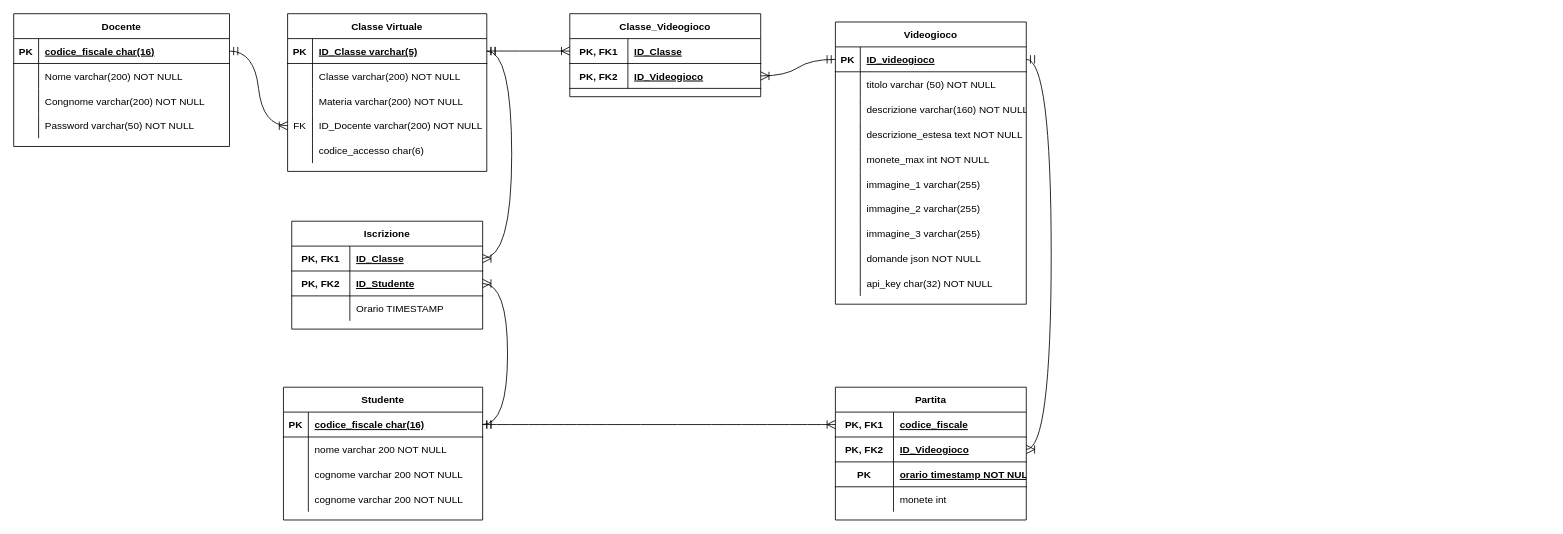
Smatjoy/Seconda-prova-Info-2023 keeps this draw.io diagram as Logico.drawio. Above is the earlier version. Source tidied: cells renumbered, new cells numbered last; positions are measured from the earlier drawing's top-left corner, leaving out a move shared by most shapes. Both pictures are drawn from the tidied source at 83%, with x=0, y=0 at pixel (13, 13).
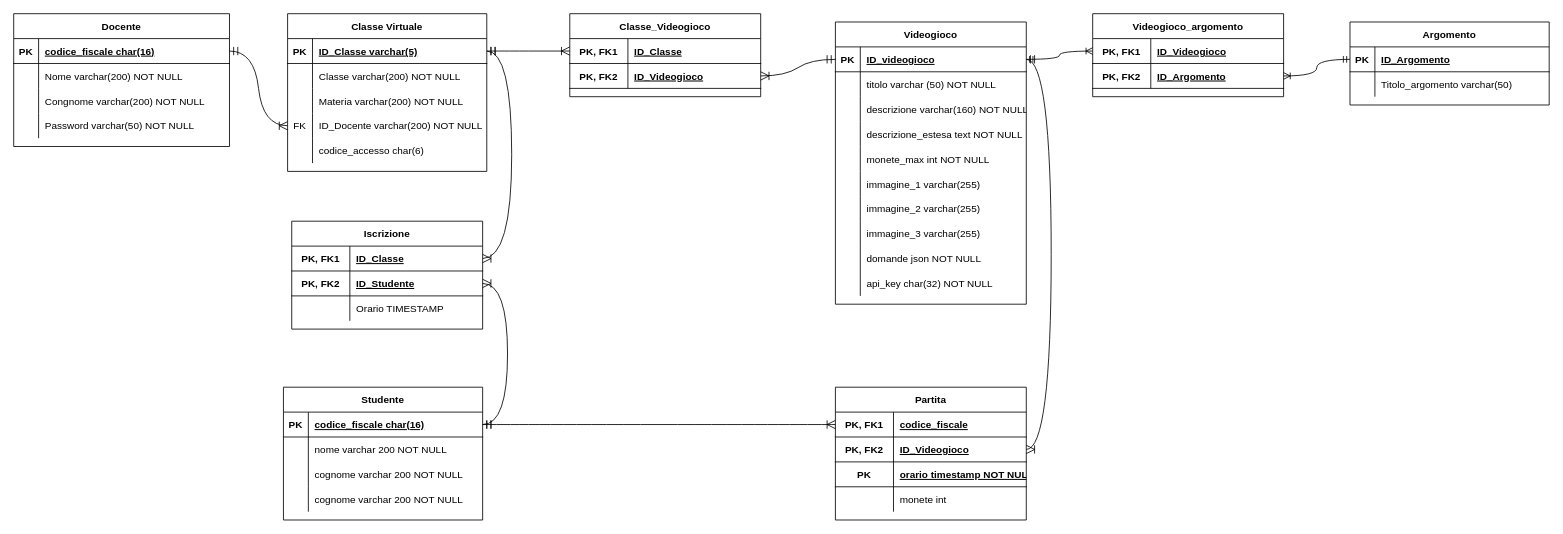
After the change.

Commit message (it also covers changes not shown here):
Added argomenti association to videogioco

Unchanged cells that the change refers to:
```xml
<mxCell id="33" style="shape=partialRectangle;fillColor=none;points=[[0,0.5],[1,0.5]];portConstraint=eastwest;top=0;left=0;right=0;bottom=1;" parent="32" vertex="1">
  <mxGeometry y="30" width="230" height="30" as="geometry" />
</mxCell>
```

Diff of the diagram source:
```diff
@@
+    <mxCell id="113" value="Videogioco_argomento" style="shape=table;startSize=30;childLayout=tableLayout;rowLines=0;fontStyle=1;align=center;" parent="1" vertex="1">
+      <mxGeometry x="1300" width="230" height="100" as="geometry" />
+    </mxCell>
+    <mxCell id="114" style="shape=partialRectangle;fillColor=none;points=[[0,0.5],[1,0.5]];portConstraint=eastwest;top=0;left=0;right=0;bottom=1;" parent="113" vertex="1">
+      <mxGeometry y="30" width="230" height="30" as="geometry" />
+    </mxCell>
+    <mxCell id="115" value="PK, FK1" style="shape=partialRectangle;overflow=hidden;fillColor=none;top=0;left=0;bottom=0;right=0;fontStyle=1;" parent="114" vertex="1">
+      <mxGeometry width="70" height="30" as="geometry" />
+    </mxCell>
+    <mxCell id="116" value="ID_Videogioco" style="shape=partialRectangle;overflow=hidden;fillColor=none;top=0;left=0;bottom=0;right=0;align=left;spacingLeft=6;fontStyle=5;" parent="114" vertex="1">
+      <mxGeometry x="70" width="160" height="30" as="geometry" />
+    </mxCell>
+    <mxCell id="117" style="shape=partialRectangle;fillColor=none;points=[[0,0.5],[1,0.5]];portConstraint=eastwest;top=0;left=0;right=0;bottom=1;" parent="113" vertex="1">
+      <mxGeometry y="60" width="230" height="30" as="geometry" />
+    </mxCell>
+    <mxCell id="118" value="PK, FK2" style="shape=partialRectangle;overflow=hidden;fillColor=none;top=0;left=0;bottom=0;right=0;fontStyle=1;" parent="117" vertex="1">
+      <mxGeometry width="70" height="30" as="geometry" />
+    </mxCell>
+    <mxCell id="119" value="ID_Argomento" style="shape=partialRectangle;overflow=hidden;fillColor=none;top=0;left=0;bottom=0;right=0;align=left;spacingLeft=6;fontStyle=5;" parent="117" vertex="1">
+      <mxGeometry x="70" width="160" height="30" as="geometry" />
+    </mxCell>
+    <mxCell id="120" value="Argomento" style="shape=table;startSize=30;childLayout=tableLayout;rowLines=0;fontStyle=1;align=center;" parent="1" vertex="1">
+      <mxGeometry x="1610" y="10" width="240" height="100" as="geometry" />
+    </mxCell>
+    <mxCell id="121" style="shape=partialRectangle;fillColor=none;points=[[0,0.5],[1,0.5]];portConstraint=eastwest;top=0;left=0;right=0;bottom=1;" parent="120" vertex="1">
+      <mxGeometry y="30" width="240" height="30" as="geometry" />
+    </mxCell>
+    <mxCell id="122" value="PK" style="shape=partialRectangle;overflow=hidden;fillColor=none;top=0;left=0;bottom=0;right=0;fontStyle=1;" parent="121" vertex="1">
+      <mxGeometry width="30" height="30" as="geometry" />
+    </mxCell>
+    <mxCell id="123" value="ID_Argomento" style="shape=partialRectangle;overflow=hidden;fillColor=none;top=0;left=0;bottom=0;right=0;align=left;spacingLeft=6;fontStyle=5;" parent="121" vertex="1">
+      <mxGeometry x="30" width="210" height="30" as="geometry" />
+    </mxCell>
+    <mxCell id="124" style="shape=partialRectangle;fillColor=none;top=0;left=0;right=0;bottom=0;" parent="120" vertex="1">
+      <mxGeometry y="60" width="240" height="30" as="geometry" />
+    </mxCell>
+    <mxCell id="125" style="shape=partialRectangle;overflow=hidden;fillColor=none;top=0;left=0;bottom=0;right=0;" parent="124" vertex="1">
+      <mxGeometry width="30" height="30" as="geometry" />
+    </mxCell>
+    <mxCell id="126" value="Titolo_argomento varchar(50)" style="shape=partialRectangle;overflow=hidden;fillColor=none;top=0;left=0;bottom=0;right=0;align=left;spacingLeft=6;" parent="124" vertex="1">
+      <mxGeometry x="30" width="210" height="30" as="geometry" />
+    </mxCell>
+    <mxCell id="127" style="edgeStyle=orthogonalEdgeStyle;fontSize=12;html=1;endArrow=ERoneToMany;startArrow=ERmandOne;rounded=0;curved=1;" parent="1" edge="1" source="33" target="114">
+      <mxGeometry relative="1" as="geometry" />
+    </mxCell>
+    <mxCell id="128" style="edgeStyle=orthogonalEdgeStyle;fontSize=12;html=1;endArrow=ERoneToMany;startArrow=ERmandOne;rounded=0;exitX=0;exitY=0.5;exitDx=0;exitDy=0;curved=1;" parent="1" edge="1" source="121" target="117">
+      <mxGeometry relative="1" as="geometry" />
+    </mxCell>
```
